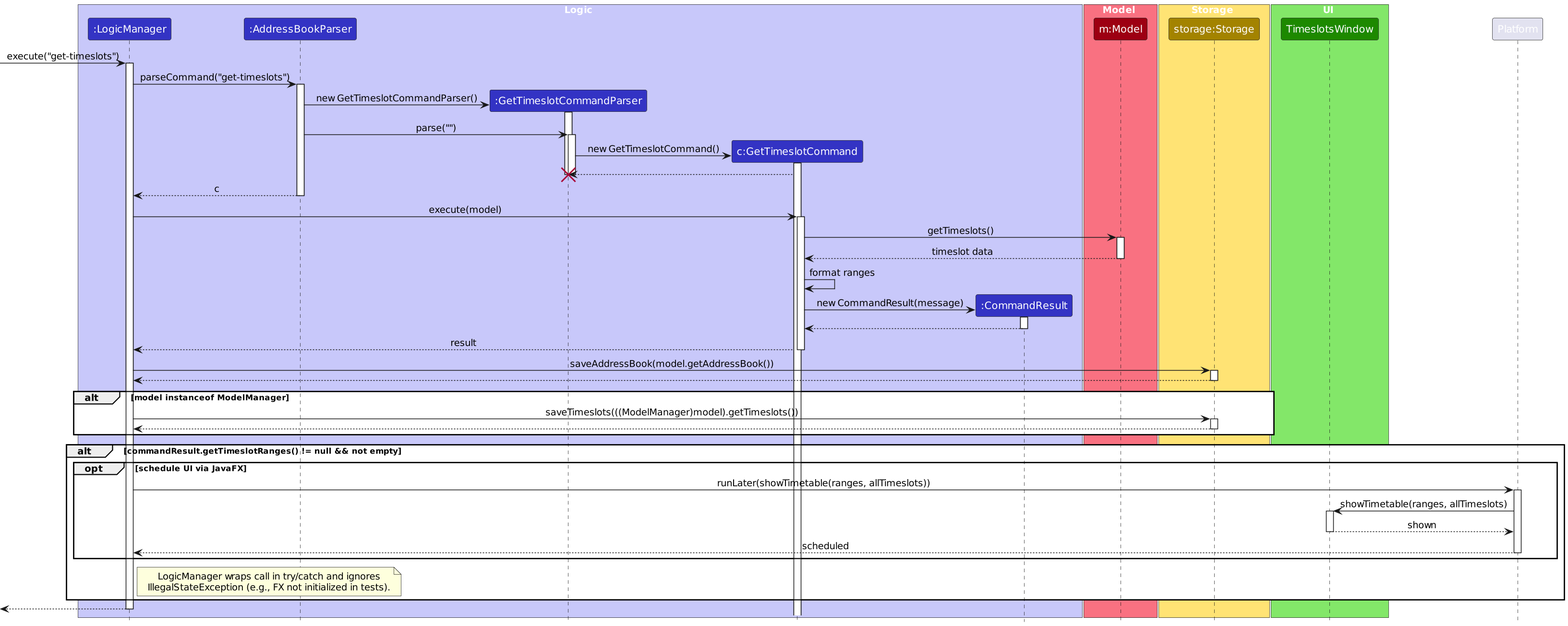
Above: diagrams/Timeslots/GetTimeslotsSequenceDiagram.png in PhoebeY05/tp (PlantUML), before the change. Its source is kept beside it as diagrams/Timeslots/GetTimeslotsSequenceDiagram.puml. The source it was exported from:
```plantuml
@startuml
!include ../style.puml
skinparam ArrowFontStyle plain

box Logic LOGIC_COLOR_T1
participant ":LogicManager" as LogicManager LOGIC_COLOR
participant ":AddressBookParser" as AddressBookParser LOGIC_COLOR
participant ":GetTimeslotCommandParser" as GetTimeslotCommandParser LOGIC_COLOR
participant "c:GetTimeslotCommand" as GetTimeslotCommand LOGIC_COLOR
participant ":CommandResult" as CommandResult LOGIC_COLOR
end box

box Model MODEL_COLOR_T1
participant "m:Model" as Model MODEL_COLOR
end box

box Storage STORAGE_COLOR_T1
participant "storage:Storage" as Storage STORAGE_COLOR
end box

box UI UI_COLOR_T1
participant "TimeslotsWindow" as TimeslotsWindow UI_COLOR
end box

participant "Platform" as Platform

[-> LogicManager : execute("get-timeslots")
activate LogicManager

LogicManager -> AddressBookParser : parseCommand("get-timeslots")
activate AddressBookParser

create GetTimeslotCommandParser
AddressBookParser -> GetTimeslotCommandParser : new GetTimeslotCommandParser()
activate GetTimeslotCommandParser

AddressBookParser -> GetTimeslotCommandParser : parse("")
activate GetTimeslotCommandParser

create GetTimeslotCommand
GetTimeslotCommandParser -> GetTimeslotCommand : new GetTimeslotCommand()
activate GetTimeslotCommand

GetTimeslotCommand --> GetTimeslotCommandParser
deactivate GetTimeslotCommandParser
destroy GetTimeslotCommandParser

AddressBookParser --> LogicManager : c
deactivate AddressBookParser

LogicManager -> GetTimeslotCommand : execute(model)
activate GetTimeslotCommand

GetTimeslotCommand -> Model : getTimeslots()
activate Model
Model --> GetTimeslotCommand : timeslot data
deactivate Model

GetTimeslotCommand -> GetTimeslotCommand : format ranges
create CommandResult
GetTimeslotCommand -> CommandResult : new CommandResult(message)
activate CommandResult
CommandResult --> GetTimeslotCommand
deactivate CommandResult

GetTimeslotCommand --> LogicManager : result
deactivate GetTimeslotCommand

LogicManager -> Storage : saveAddressBook(model.getAddressBook())
activate Storage
Storage --> LogicManager
deactivate Storage

alt model instanceof ModelManager
    LogicManager -> Storage : saveTimeslots(((ModelManager)model).getTimeslots())
    activate Storage
    Storage --> LogicManager
    deactivate Storage
end

alt commandResult.getTimeslotRanges() != null && not empty
    opt schedule UI via JavaFX
        LogicManager -> Platform : runLater(showTimetable(ranges, allTimeslots))
        activate Platform
        Platform -> TimeslotsWindow : showTimetable(ranges, allTimeslots)
        activate TimeslotsWindow
        TimeslotsWindow --> Platform : shown
        deactivate TimeslotsWindow
        Platform --> LogicManager : scheduled
        deactivate Platform
    end
    note right of LogicManager
      LogicManager wraps call in try/catch and ignores
      IllegalStateException (e.g., FX not initialized in tests).
    end note
end

[<-- LogicManager
deactivate LogicManager

scale 1.5
@enduml
```
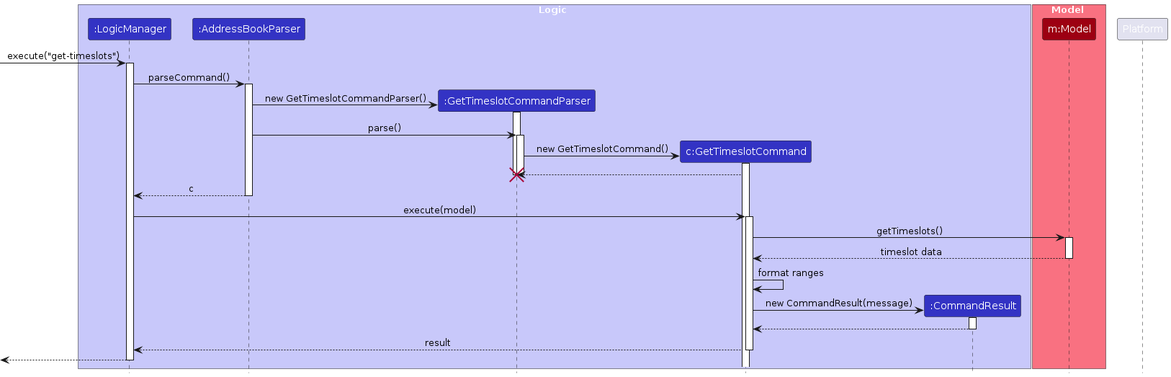
The same file after the commit.

The edit, as a diff of the source:
```diff
@@ -14,27 +14,19 @@
 participant "m:Model" as Model MODEL_COLOR
 end box
 
-box Storage STORAGE_COLOR_T1
-participant "storage:Storage" as Storage STORAGE_COLOR
-end box
-
-box UI UI_COLOR_T1
-participant "TimeslotsWindow" as TimeslotsWindow UI_COLOR
-end box
-
 participant "Platform" as Platform
 
 [-> LogicManager : execute("get-timeslots")
 activate LogicManager
 
-LogicManager -> AddressBookParser : parseCommand("get-timeslots")
+LogicManager -> AddressBookParser : parseCommand()
 activate AddressBookParser
 
 create GetTimeslotCommandParser
 AddressBookParser -> GetTimeslotCommandParser : new GetTimeslotCommandParser()
 activate GetTimeslotCommandParser
 
-AddressBookParser -> GetTimeslotCommandParser : parse("")
+AddressBookParser -> GetTimeslotCommandParser : parse()
 activate GetTimeslotCommandParser
 
 create GetTimeslotCommand
@@ -66,37 +58,8 @@
 GetTimeslotCommand --> LogicManager : result
 deactivate GetTimeslotCommand
 
-LogicManager -> Storage : saveAddressBook(model.getAddressBook())
-activate Storage
-Storage --> LogicManager
-deactivate Storage
-
-alt model instanceof ModelManager
-    LogicManager -> Storage : saveTimeslots(((ModelManager)model).getTimeslots())
-    activate Storage
-    Storage --> LogicManager
-    deactivate Storage
-end
-
-alt commandResult.getTimeslotRanges() != null && not empty
-    opt schedule UI via JavaFX
-        LogicManager -> Platform : runLater(showTimetable(ranges, allTimeslots))
-        activate Platform
-        Platform -> TimeslotsWindow : showTimetable(ranges, allTimeslots)
-        activate TimeslotsWindow
-        TimeslotsWindow --> Platform : shown
-        deactivate TimeslotsWindow
-        Platform --> LogicManager : scheduled
-        deactivate Platform
-    end
-    note right of LogicManager
-      LogicManager wraps call in try/catch and ignores
-      IllegalStateException (e.g., FX not initialized in tests).
-    end note
-end
 
 [<-- LogicManager
 deactivate LogicManager
 
-scale 1.5
 @enduml
```
